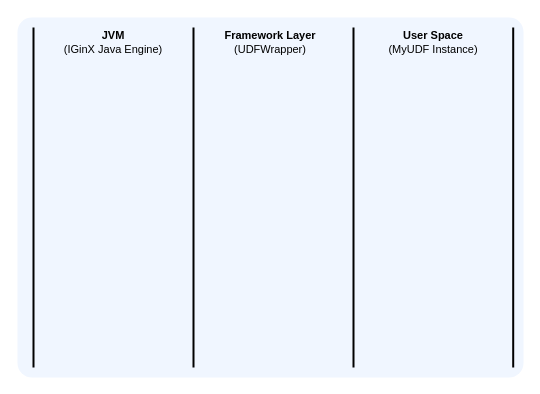
Before: page "udf-decorator-data-flow" (11 of 11) of grad.drawio in shinyano/drawio, a draw.io diagram. Source tidied: cells renumbered, new cells numbered last; positions are measured from the earlier drawing's top-left corner, leaving out a move shared by most shapes. Both pictures are drawn from the tidied source at 100%, with x=0, y=0 at pixel (17, 17).
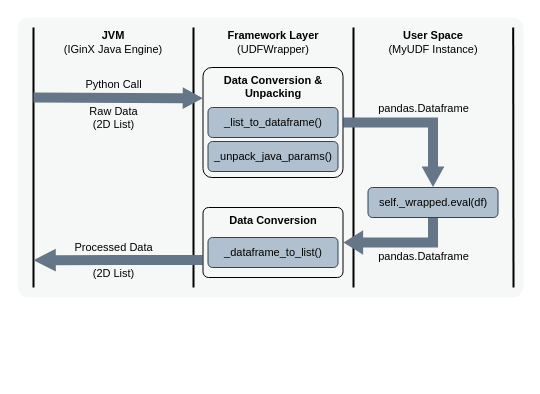
After the change.

Change to the diagram source:
```diff
@@
-    <mxCell id="2" style="rounded=1;whiteSpace=wrap;html=1;arcSize=4;fillColor=light-dark(#f0f6ff, #1d293b);strokeColor=none;" parent="1" vertex="1">
-      <mxGeometry width="506" height="360" as="geometry" />
+    <mxCell id="2" style="rounded=1;whiteSpace=wrap;html=1;arcSize=4;fillColor=light-dark(#f6f8f7, #1f2020);strokeColor=none;" parent="1" vertex="1">
+      <mxGeometry width="506" height="280" as="geometry" />
     </mxCell>
     <mxCell id="3" style="endArrow=none;html=1;rounded=0;fontStyle=1;strokeWidth=2;" parent="1" edge="1">
       <mxGeometry relative="1" as="geometry">
-        <mxPoint x="16" y="350" as="sourcePoint" />
+        <mxPoint x="16" y="270" as="sourcePoint" />
         <mxPoint x="16" y="10" as="targetPoint" />
       </mxGeometry>
     </mxCell>
@@
     <mxCell id="5" value="Framework Layer&lt;div&gt;&lt;span style=&quot;font-weight: normal;&quot;&gt;(UDFWrapper)&lt;/span&gt;&lt;/div&gt;" style="text;html=1;whiteSpace=wrap;strokeColor=none;fillColor=none;align=center;verticalAlign=middle;rounded=0;fontStyle=1;fontSize=11;" parent="1" vertex="1">
-      <mxGeometry x="193" y="10" width="120" height="30" as="geometry" />
+      <mxGeometry x="176" y="10" width="160" height="30" as="geometry" />
     </mxCell>
@@
     <mxCell id="7" style="endArrow=none;html=1;rounded=0;fontStyle=1;strokeWidth=2;" parent="1" edge="1">
       <mxGeometry relative="1" as="geometry">
-        <mxPoint x="176" y="350" as="sourcePoint" />
+        <mxPoint x="176" y="270" as="sourcePoint" />
         <mxPoint x="176" y="10" as="targetPoint" />
       </mxGeometry>
     </mxCell>
     <mxCell id="8" style="endArrow=none;html=1;rounded=0;fontStyle=1;strokeWidth=2;" parent="1" edge="1">
       <mxGeometry relative="1" as="geometry">
-        <mxPoint x="336" y="350" as="sourcePoint" />
+        <mxPoint x="336" y="270" as="sourcePoint" />
         <mxPoint x="336" y="10" as="targetPoint" />
       </mxGeometry>
     </mxCell>
     <mxCell id="9" style="endArrow=none;html=1;rounded=0;fontStyle=1;strokeWidth=2;" parent="1" edge="1">
       <mxGeometry relative="1" as="geometry">
-        <mxPoint x="495.7" y="350" as="sourcePoint" />
+        <mxPoint x="496" y="270" as="sourcePoint" />
         <mxPoint x="495.7" y="10" as="targetPoint" />
       </mxGeometry>
     </mxCell>
+    <mxCell id="10" style="edgeStyle=orthogonalEdgeStyle;rounded=0;jettySize=auto;html=1;entryX=0.5;entryY=0;entryDx=0;entryDy=0;shape=flexArrow;fillColor=#647687;strokeColor=none;endWidth=11.73076923076923;endSize=6.4788461538461535;" parent="1" edge="1" source="12" target="19">
+      <mxGeometry relative="1" as="geometry" />
+    </mxCell>
+    <mxCell id="11" value="pandas.Dataframe" style="edgeLabel;html=1;align=center;verticalAlign=middle;labelBackgroundColor=none;" parent="10" vertex="1">
+      <mxGeometry x="-0.2" y="-2" relative="1" as="geometry">
+        <mxPoint x="18" y="-17" as="offset" />
+      </mxGeometry>
+    </mxCell>
+    <mxCell id="12" value="Data Conversion &amp;amp;&lt;div&gt;Unpacking&lt;/div&gt;" style="rounded=1;whiteSpace=wrap;html=1;fontStyle=1;verticalAlign=top;fontSize=11;fillColor=none;arcSize=8;" parent="1" vertex="1">
+      <mxGeometry x="185.5" y="50" width="140" height="110" as="geometry" />
+    </mxCell>
+    <mxCell id="13" value="_list_to_dataframe()" style="rounded=1;whiteSpace=wrap;html=1;fillColor=light-dark(#b1c0ce, #7d8c9b);fontColor=default;strokeColor=#314354;fontSize=11;" parent="1" vertex="1">
+      <mxGeometry x="190.5" y="90" width="130" height="30" as="geometry" />
+    </mxCell>
+    <mxCell id="14" value="_unpack_java_params()" style="rounded=1;whiteSpace=wrap;html=1;fillColor=light-dark(#b1c0ce, #7d8c9b);fontColor=default;strokeColor=#314354;align=center;verticalAlign=middle;fontFamily=Helvetica;fontSize=11;" parent="1" vertex="1">
+      <mxGeometry x="190.5" y="124" width="130" height="30" as="geometry" />
+    </mxCell>
+    <mxCell id="15" style="shape=flexArrow;endArrow=classic;html=1;rounded=0;entryX=0.002;entryY=0.28;entryDx=0;entryDy=0;entryPerimeter=0;fillColor=#647687;strokeColor=none;endWidth=10.72;endSize=6.3568;" parent="1" edge="1" target="12">
+      <mxGeometry relative="1" as="geometry">
+        <mxPoint x="15.5" y="80" as="sourcePoint" />
+      </mxGeometry>
+    </mxCell>
+    <mxCell id="16" value="Python Call&lt;div&gt;&lt;br&gt;&lt;/div&gt;&lt;div&gt;Raw Data&lt;/div&gt;&lt;div&gt;(2D List)&lt;/div&gt;" style="edgeLabel;html=1;align=center;verticalAlign=middle;labelBackgroundColor=none;" parent="15" vertex="1">
+      <mxGeometry x="0.2" y="-1" relative="1" as="geometry">
+        <mxPoint x="-22" y="5" as="offset" />
+      </mxGeometry>
+    </mxCell>
+    <mxCell id="17" style="edgeStyle=orthogonalEdgeStyle;rounded=0;jettySize=auto;html=1;entryX=1;entryY=0.5;entryDx=0;entryDy=0;align=center;verticalAlign=middle;fontFamily=Helvetica;fontSize=11;fontColor=default;labelBackgroundColor=default;endArrow=classic;fillColor=#647687;shape=flexArrow;endWidth=13.61111111111111;endSize=6.208333333333334;strokeColor=none;" parent="1" edge="1" source="19" target="22">
+      <mxGeometry relative="1" as="geometry">
+        <Array as="points">
+          <mxPoint x="416" y="225" />
+        </Array>
+      </mxGeometry>
+    </mxCell>
+    <mxCell id="18" value="&lt;span style=&quot;&quot;&gt;pandas.Dataframe&lt;/span&gt;" style="edgeLabel;html=1;align=center;verticalAlign=middle;labelBackgroundColor=none;" parent="17" vertex="1">
+      <mxGeometry x="-0.7" y="5" relative="1" as="geometry">
+        <mxPoint x="-15" y="21" as="offset" />
+      </mxGeometry>
+    </mxCell>
+    <mxCell id="19" value="self._wrapped.eval(df)" style="rounded=1;whiteSpace=wrap;html=1;fillColor=light-dark(#b1c0ce, #7d8c9b);fontColor=default;strokeColor=#314354;fontSize=11;" parent="1" vertex="1">
+      <mxGeometry x="350.5" y="170" width="130" height="30" as="geometry" />
+    </mxCell>
+    <mxCell id="20" style="edgeStyle=orthogonalEdgeStyle;rounded=0;jettySize=auto;html=1;exitX=0;exitY=0.75;exitDx=0;exitDy=0;shape=flexArrow;endWidth=11.935483870967742;endSize=7.103225806451612;fillColor=#647687;strokeColor=none;" parent="1" edge="1" source="22">
+      <mxGeometry relative="1" as="geometry">
+        <mxPoint x="15.5" y="242.7" as="targetPoint" />
+      </mxGeometry>
+    </mxCell>
+    <mxCell id="21" value="Processed Data&lt;div&gt;&lt;br&gt;&lt;/div&gt;&lt;div&gt;(2D List)&lt;/div&gt;" style="edgeLabel;html=1;align=center;verticalAlign=middle;labelBackgroundColor=none;" parent="20" vertex="1">
+      <mxGeometry x="-0.08" y="3" relative="1" as="geometry">
+        <mxPoint x="-11" y="-3" as="offset" />
+      </mxGeometry>
+    </mxCell>
+    <mxCell id="22" value="Data Conversion" style="rounded=1;whiteSpace=wrap;html=1;fontStyle=1;verticalAlign=top;fontSize=11;fillColor=none;arcSize=8;" parent="1" vertex="1">
+      <mxGeometry x="185.5" y="190" width="140" height="70" as="geometry" />
+    </mxCell>
+    <mxCell id="23" value="_dataframe_to_list()" style="rounded=1;whiteSpace=wrap;html=1;fillColor=light-dark(#b1c0ce, #7d8c9b);fontColor=default;strokeColor=#314354;fontSize=11;" parent="1" vertex="1">
+      <mxGeometry x="190.5" y="220" width="130" height="30" as="geometry" />
+    </mxCell>
```
